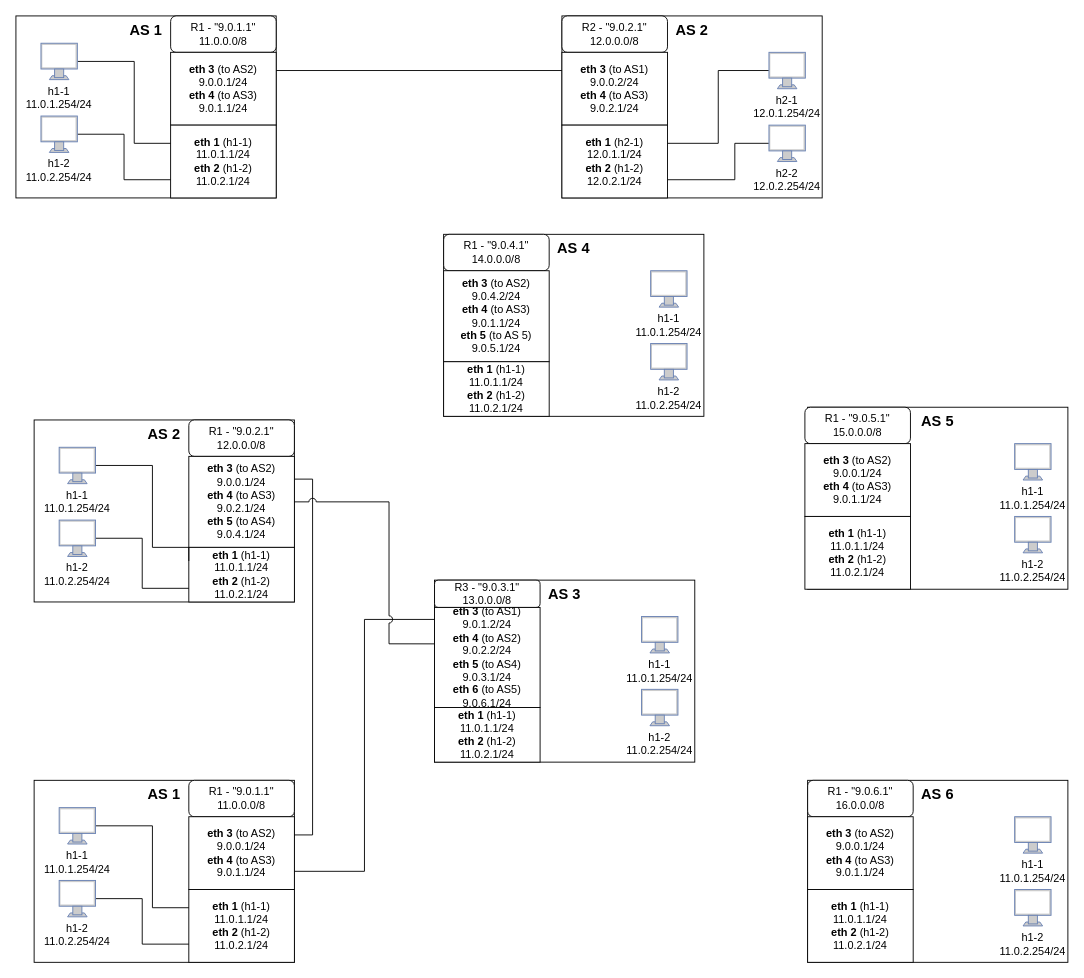
This is CN_BGPHijacking.drawio from andymakesapps/diagrams, a draw.io file, before an edit. Source tidied: cells renumbered, new cells numbered last; positions are measured from the earlier drawing's top-left corner, leaving out a move shared by most shapes. Both pictures are drawn from the tidied source at 91%, with x=0, y=0 at pixel (15, 15).
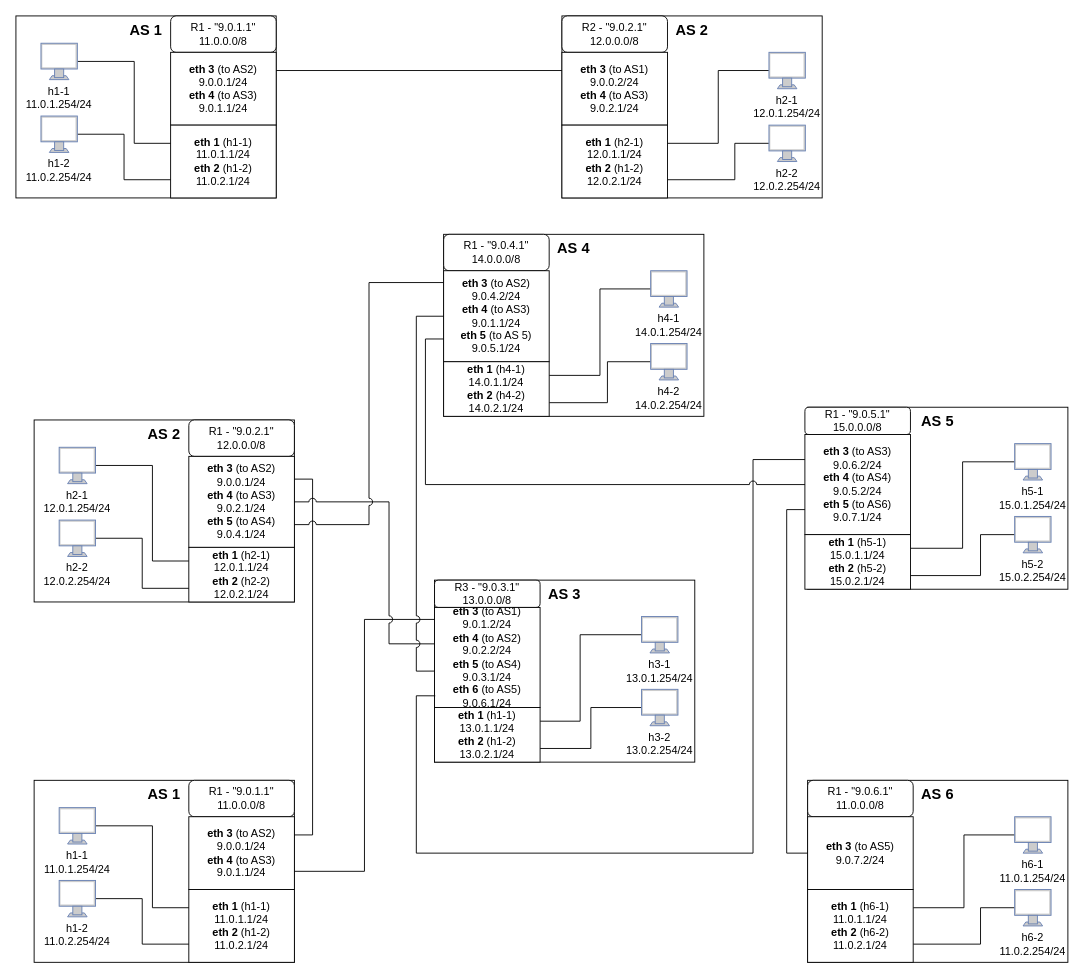
After the change.

The change refers to these unchanged cells:
```xml
<mxCell id="39" style="group;" parent="1" vertex="1">
  <mxGeometry x="870" y="840" width="286" height="200" as="geometry" />
</mxCell>
<mxCell id="41" style="fontColor=#0066CC;verticalAlign=top;verticalLabelPosition=bottom;labelPosition=center;align=center;html=1;outlineConnect=0;fillColor=#CCCCCC;strokeColor=#6881B3;gradientColor=none;gradientDirection=north;strokeWidth=2;shape=mxgraph.networks.monitor;" parent="39" vertex="1">
  <mxGeometry x="227.5" y="40" width="40" height="40" as="geometry" />
</mxCell>
<mxCell id="43" style="fontColor=#0066CC;verticalAlign=top;verticalLabelPosition=bottom;labelPosition=center;align=center;html=1;outlineConnect=0;fillColor=#CCCCCC;strokeColor=#6881B3;gradientColor=none;gradientDirection=north;strokeWidth=2;shape=mxgraph.networks.monitor;" parent="39" vertex="1">
  <mxGeometry x="227.5" y="120" width="40" height="40" as="geometry" />
</mxCell>
<mxCell id="49" style="group;" parent="1" vertex="1">
  <mxGeometry x="20" y="444" width="286" height="200" as="geometry" />
</mxCell>
<mxCell id="52" value="&lt;b&gt;eth 3 &lt;/b&gt;(to AS2)&lt;br&gt;9.0.0.1/24&lt;br&gt;&lt;b&gt;eth 4 &lt;/b&gt;(to AS3)&lt;br&gt;9.0.2.1/24&lt;br&gt;&lt;b&gt;eth 5 &lt;/b&gt;(to AS4)&lt;br&gt;9.0.4.1/24" style="rounded=0;whiteSpace=wrap;html=1;" parent="49" vertex="1">
  <mxGeometry x="170" y="40" width="116" height="100" as="geometry" />
</mxCell>
<mxCell id="55" style="fontColor=#0066CC;verticalAlign=top;verticalLabelPosition=bottom;labelPosition=center;align=center;html=1;outlineConnect=0;fillColor=#CCCCCC;strokeColor=#6881B3;gradientColor=none;gradientDirection=north;strokeWidth=2;shape=mxgraph.networks.monitor;" parent="49" vertex="1">
  <mxGeometry x="27.5" y="30" width="40" height="40" as="geometry" />
</mxCell>
<mxCell id="61" style="group;" parent="1" vertex="1">
  <mxGeometry x="460" y="620" width="286" height="200" as="geometry" />
</mxCell>
<mxCell id="63" style="fontColor=#0066CC;verticalAlign=top;verticalLabelPosition=bottom;labelPosition=center;align=center;html=1;outlineConnect=0;fillColor=#CCCCCC;strokeColor=#6881B3;gradientColor=none;gradientDirection=north;strokeWidth=2;shape=mxgraph.networks.monitor;" parent="61" vertex="1">
  <mxGeometry x="227.5" y="40" width="40" height="40" as="geometry" />
</mxCell>
<mxCell id="65" style="fontColor=#0066CC;verticalAlign=top;verticalLabelPosition=bottom;labelPosition=center;align=center;html=1;outlineConnect=0;fillColor=#CCCCCC;strokeColor=#6881B3;gradientColor=none;gradientDirection=north;strokeWidth=2;shape=mxgraph.networks.monitor;" parent="61" vertex="1">
  <mxGeometry x="227.5" y="120" width="40" height="40" as="geometry" />
</mxCell>
<mxCell id="69" value="&lt;b&gt;eth 3 &lt;/b&gt;(to AS1)&lt;br&gt;9.0.1.2/24&lt;br&gt;&lt;b&gt;eth 4 &lt;/b&gt;(to AS2)&lt;br&gt;9.0.2.2/24&lt;br&gt;&lt;b&gt;eth 5 &lt;/b&gt;(to AS4)&lt;br&gt;9.0.3.1/24&lt;br&gt;&lt;b&gt;eth 6 &lt;/b&gt;(to AS5)&lt;br&gt;9.0.6.1/24" style="rounded=0;whiteSpace=wrap;html=1;" parent="61" vertex="1">
  <mxGeometry y="30" width="116" height="110" as="geometry" />
</mxCell>
<mxCell id="71" style="group;" parent="1" vertex="1">
  <mxGeometry x="470" y="240" width="286" height="200" as="geometry" />
</mxCell>
<mxCell id="73" style="fontColor=#0066CC;verticalAlign=top;verticalLabelPosition=bottom;labelPosition=center;align=center;html=1;outlineConnect=0;fillColor=#CCCCCC;strokeColor=#6881B3;gradientColor=none;gradientDirection=north;strokeWidth=2;shape=mxgraph.networks.monitor;" parent="71" vertex="1">
  <mxGeometry x="227.5" y="40" width="40" height="40" as="geometry" />
</mxCell>
<mxCell id="75" style="fontColor=#0066CC;verticalAlign=top;verticalLabelPosition=bottom;labelPosition=center;align=center;html=1;outlineConnect=0;fillColor=#CCCCCC;strokeColor=#6881B3;gradientColor=none;gradientDirection=north;strokeWidth=2;shape=mxgraph.networks.monitor;" parent="71" vertex="1">
  <mxGeometry x="227.5" y="120" width="40" height="40" as="geometry" />
</mxCell>
<mxCell id="79" value="&lt;b&gt;eth 3 &lt;/b&gt;(to AS2)&lt;br&gt;9.0.4.2/24&lt;br&gt;&lt;b&gt;eth 4 &lt;/b&gt;(to AS3)&lt;br&gt;9.0.1.1/24&lt;br&gt;&lt;b&gt;eth 5 &lt;/b&gt;(to AS 5)&lt;br&gt;9.0.5.1/24" style="rounded=0;whiteSpace=wrap;html=1;" parent="71" vertex="1">
  <mxGeometry y="40" width="116" height="100" as="geometry" />
</mxCell>
<mxCell id="81" style="group;" parent="1" vertex="1">
  <mxGeometry x="870" y="430" width="286" height="200" as="geometry" />
</mxCell>
<mxCell id="83" style="fontColor=#0066CC;verticalAlign=top;verticalLabelPosition=bottom;labelPosition=center;align=center;html=1;outlineConnect=0;fillColor=#CCCCCC;strokeColor=#6881B3;gradientColor=none;gradientDirection=north;strokeWidth=2;shape=mxgraph.networks.monitor;" parent="81" vertex="1">
  <mxGeometry x="227.5" y="40" width="40" height="40" as="geometry" />
</mxCell>
<mxCell id="85" style="fontColor=#0066CC;verticalAlign=top;verticalLabelPosition=bottom;labelPosition=center;align=center;html=1;outlineConnect=0;fillColor=#CCCCCC;strokeColor=#6881B3;gradientColor=none;gradientDirection=north;strokeWidth=2;shape=mxgraph.networks.monitor;" parent="81" vertex="1">
  <mxGeometry x="227.5" y="120" width="40" height="40" as="geometry" />
</mxCell>
```

The edit, as a diff of the source:
```diff
@@
+    <mxCell id="94" style="edgeStyle=orthogonalEdgeStyle;rounded=0;jettySize=auto;html=1;exitX=0;exitY=0.5;exitDx=0;exitDy=0;exitPerimeter=0;entryX=1;entryY=0.25;entryDx=0;entryDy=0;endArrow=none;endFill=0;" parent="39" edge="1" source="41" target="48">
+      <mxGeometry relative="1" as="geometry" />
+    </mxCell>
@@
-    <mxCell id="42" value="h1-1&lt;br&gt;11.0.1.254/24" style="text;html=1;strokeColor=none;fillColor=none;align=center;verticalAlign=middle;whiteSpace=wrap;rounded=0;" parent="39" vertex="1">
+    <mxCell id="42" value="h6-1&lt;br&gt;11.0.1.254/24" style="text;html=1;strokeColor=none;fillColor=none;align=center;verticalAlign=middle;whiteSpace=wrap;rounded=0;" parent="39" vertex="1">
       <mxGeometry x="220" y="85" width="55" height="30" as="geometry" />
     </mxCell>
+    <mxCell id="95" style="edgeStyle=orthogonalEdgeStyle;rounded=0;jettySize=auto;html=1;exitX=0;exitY=0.5;exitDx=0;exitDy=0;exitPerimeter=0;entryX=1;entryY=0.75;entryDx=0;entryDy=0;endArrow=none;endFill=0;" parent="39" edge="1" source="43" target="48">
+      <mxGeometry relative="1" as="geometry">
+        <Array as="points">
+          <mxPoint x="190" y="140" />
+          <mxPoint x="190" y="180" />
+        </Array>
+      </mxGeometry>
+    </mxCell>
@@
-    <mxCell id="44" value="h1-2&lt;br&gt;11.0.2.254/24" style="text;html=1;strokeColor=none;fillColor=none;align=center;verticalAlign=middle;whiteSpace=wrap;rounded=0;" parent="39" vertex="1">
+    <mxCell id="44" value="h6-2&lt;br&gt;11.0.2.254/24" style="text;html=1;strokeColor=none;fillColor=none;align=center;verticalAlign=middle;whiteSpace=wrap;rounded=0;" parent="39" vertex="1">
       <mxGeometry x="220" y="165" width="55" height="30" as="geometry" />
     </mxCell>
@@
-    <mxCell id="46" value="R1 - &quot;9.0.6.1&quot;&lt;br&gt;16.0.0.0/8" style="rounded=1;whiteSpace=wrap;html=1;" parent="39" vertex="1">
+    <mxCell id="46" value="R1 - &quot;9.0.6.1&quot;&lt;br&gt;11.0.0.0/8" style="rounded=1;whiteSpace=wrap;html=1;" parent="39" vertex="1">
       <mxGeometry width="116" height="40" as="geometry" />
     </mxCell>
-    <mxCell id="47" value="&lt;b&gt;eth 3 &lt;/b&gt;(to AS2)&lt;br&gt;9.0.0.1/24&lt;br&gt;&lt;b&gt;eth 4 &lt;/b&gt;(to AS3)&lt;br&gt;9.0.1.1/24" style="rounded=0;whiteSpace=wrap;html=1;" parent="39" vertex="1">
+    <mxCell id="47" value="&lt;b&gt;eth 3 &lt;/b&gt;(to AS5)&lt;br&gt;9.0.7.2/24" style="rounded=0;whiteSpace=wrap;html=1;" parent="39" vertex="1">
       <mxGeometry y="40" width="116" height="80" as="geometry" />
     </mxCell>
-    <mxCell id="48" value="&lt;b&gt;eth 1&amp;nbsp;&lt;/b&gt;(h1-1)&lt;br&gt;11.0.1.1/24&lt;br&gt;&lt;b&gt;eth 2&amp;nbsp;&lt;/b&gt;(h1-2)&lt;br&gt;11.0.2.1/24" style="rounded=0;whiteSpace=wrap;html=1;" parent="39" vertex="1">
+    <mxCell id="48" value="&lt;b&gt;eth 1&amp;nbsp;&lt;/b&gt;(h6-1)&lt;br&gt;11.0.1.1/24&lt;br&gt;&lt;b&gt;eth 2&amp;nbsp;&lt;/b&gt;(h6-2)&lt;br&gt;11.0.2.1/24" style="rounded=0;whiteSpace=wrap;html=1;" parent="39" vertex="1">
       <mxGeometry y="120" width="116" height="80" as="geometry" />
     </mxCell>
@@
-    <mxCell id="53" value="&lt;b&gt;eth 1&amp;nbsp;&lt;/b&gt;(h1-1)&lt;br&gt;11.0.1.1/24&lt;br&gt;&lt;b&gt;eth 2&amp;nbsp;&lt;/b&gt;(h1-2)&lt;br&gt;11.0.2.1/24" style="rounded=0;whiteSpace=wrap;html=1;" parent="49" vertex="1">
+    <mxCell id="53" value="&lt;b&gt;eth 1&amp;nbsp;&lt;/b&gt;(h2-1)&lt;br&gt;12.0.1.1/24&lt;br&gt;&lt;b&gt;eth 2&amp;nbsp;&lt;/b&gt;(h2-2)&lt;br&gt;12.0.2.1/24" style="rounded=0;whiteSpace=wrap;html=1;" parent="49" vertex="1">
       <mxGeometry x="170" y="140" width="116" height="60" as="geometry" />
     </mxCell>
     <mxCell id="54" style="edgeStyle=orthogonalEdgeStyle;rounded=0;jettySize=auto;html=1;exitX=1;exitY=0.5;exitDx=0;exitDy=0;exitPerimeter=0;entryX=0;entryY=0.25;entryDx=0;entryDy=0;endArrow=none;endFill=0;" parent="49" edge="1" source="55" target="53">
       <mxGeometry relative="1" as="geometry">
         <Array as="points">
           <mxPoint x="130" y="50" />
-          <mxPoint x="130" y="140" />
+          <mxPoint x="130" y="155" />
         </Array>
       </mxGeometry>
     </mxCell>
@@
-    <mxCell id="56" value="h1-1&lt;br&gt;11.0.1.254/24" style="text;html=1;strokeColor=none;fillColor=none;align=center;verticalAlign=middle;whiteSpace=wrap;rounded=0;" parent="49" vertex="1">
+    <mxCell id="56" value="h2-1&lt;br&gt;12.0.1.254/24" style="text;html=1;strokeColor=none;fillColor=none;align=center;verticalAlign=middle;whiteSpace=wrap;rounded=0;" parent="49" vertex="1">
       <mxGeometry x="20" y="75" width="55" height="30" as="geometry" />
     </mxCell>
@@
-    <mxCell id="59" value="h1-2&lt;br&gt;11.0.2.254/24" style="text;html=1;strokeColor=none;fillColor=none;align=center;verticalAlign=middle;whiteSpace=wrap;rounded=0;" parent="49" vertex="1">
+    <mxCell id="59" value="h2-2&lt;br&gt;12.0.2.254/24" style="text;html=1;strokeColor=none;fillColor=none;align=center;verticalAlign=middle;whiteSpace=wrap;rounded=0;" parent="49" vertex="1">
       <mxGeometry x="20" y="155" width="55" height="30" as="geometry" />
     </mxCell>
@@
+    <mxCell id="96" style="edgeStyle=orthogonalEdgeStyle;rounded=0;jettySize=auto;html=1;exitX=0;exitY=0.5;exitDx=0;exitDy=0;exitPerimeter=0;entryX=1;entryY=0.25;entryDx=0;entryDy=0;endArrow=none;endFill=0;" parent="61" edge="1" source="63" target="70">
+      <mxGeometry relative="1" as="geometry">
+        <Array as="points">
+          <mxPoint x="160" y="60" />
+          <mxPoint x="160" y="155" />
+        </Array>
+      </mxGeometry>
+    </mxCell>
@@
-    <mxCell id="64" value="h1-1&lt;br&gt;11.0.1.254/24" style="text;html=1;strokeColor=none;fillColor=none;align=center;verticalAlign=middle;whiteSpace=wrap;rounded=0;" parent="61" vertex="1">
+    <mxCell id="64" value="h3-1&lt;br&gt;13.0.1.254/24" style="text;html=1;strokeColor=none;fillColor=none;align=center;verticalAlign=middle;whiteSpace=wrap;rounded=0;" parent="61" vertex="1">
       <mxGeometry x="220" y="85" width="55" height="30" as="geometry" />
     </mxCell>
+    <mxCell id="97" style="edgeStyle=orthogonalEdgeStyle;rounded=0;jettySize=auto;html=1;exitX=0;exitY=0.5;exitDx=0;exitDy=0;exitPerimeter=0;entryX=1;entryY=0.75;entryDx=0;entryDy=0;endArrow=none;endFill=0;" parent="61" edge="1" source="65" target="70">
+      <mxGeometry relative="1" as="geometry" />
+    </mxCell>
@@
-    <mxCell id="66" value="h1-2&lt;br&gt;11.0.2.254/24" style="text;html=1;strokeColor=none;fillColor=none;align=center;verticalAlign=middle;whiteSpace=wrap;rounded=0;" parent="61" vertex="1">
+    <mxCell id="66" value="h3-2&lt;br&gt;13.0.2.254/24" style="text;html=1;strokeColor=none;fillColor=none;align=center;verticalAlign=middle;whiteSpace=wrap;rounded=0;" parent="61" vertex="1">
       <mxGeometry x="220" y="165" width="55" height="30" as="geometry" />
     </mxCell>
@@
-    <mxCell id="70" value="&lt;b&gt;eth 1&amp;nbsp;&lt;/b&gt;(h1-1)&lt;br&gt;11.0.1.1/24&lt;br&gt;&lt;b&gt;eth 2&amp;nbsp;&lt;/b&gt;(h1-2)&lt;br&gt;11.0.2.1/24" style="rounded=0;whiteSpace=wrap;html=1;" parent="61" vertex="1">
+    <mxCell id="70" value="&lt;b&gt;eth 1&amp;nbsp;&lt;/b&gt;(h1-1)&lt;br&gt;13.0.1.1/24&lt;br&gt;&lt;b&gt;eth 2&amp;nbsp;&lt;/b&gt;(h1-2)&lt;br&gt;13.0.2.1/24" style="rounded=0;whiteSpace=wrap;html=1;" parent="61" vertex="1">
       <mxGeometry y="140" width="116" height="60" as="geometry" />
     </mxCell>
@@
+    <mxCell id="98" style="edgeStyle=orthogonalEdgeStyle;rounded=0;jettySize=auto;html=1;exitX=0;exitY=0.5;exitDx=0;exitDy=0;exitPerimeter=0;entryX=1;entryY=0.25;entryDx=0;entryDy=0;endArrow=none;endFill=0;" parent="71" edge="1" source="73" target="80">
+      <mxGeometry relative="1" as="geometry" />
+    </mxCell>
@@
-    <mxCell id="74" value="h1-1&lt;br&gt;11.0.1.254/24" style="text;html=1;strokeColor=none;fillColor=none;align=center;verticalAlign=middle;whiteSpace=wrap;rounded=0;" parent="71" vertex="1">
+    <mxCell id="74" value="h4-1&lt;br&gt;14.0.1.254/24" style="text;html=1;strokeColor=none;fillColor=none;align=center;verticalAlign=middle;whiteSpace=wrap;rounded=0;" parent="71" vertex="1">
       <mxGeometry x="220" y="85" width="55" height="30" as="geometry" />
     </mxCell>
+    <mxCell id="99" style="edgeStyle=orthogonalEdgeStyle;rounded=0;jettySize=auto;html=1;exitX=0;exitY=0.5;exitDx=0;exitDy=0;exitPerimeter=0;entryX=1;entryY=0.75;entryDx=0;entryDy=0;endArrow=none;endFill=0;" parent="71" edge="1" source="75" target="80">
+      <mxGeometry relative="1" as="geometry">
+        <Array as="points">
+          <mxPoint x="180" y="140" />
+          <mxPoint x="180" y="185" />
+        </Array>
+      </mxGeometry>
+    </mxCell>
@@
-    <mxCell id="76" value="h1-2&lt;br&gt;11.0.2.254/24" style="text;html=1;strokeColor=none;fillColor=none;align=center;verticalAlign=middle;whiteSpace=wrap;rounded=0;" parent="71" vertex="1">
+    <mxCell id="76" value="h4-2&lt;br&gt;14.0.2.254/24" style="text;html=1;strokeColor=none;fillColor=none;align=center;verticalAlign=middle;whiteSpace=wrap;rounded=0;" parent="71" vertex="1">
       <mxGeometry x="220" y="165" width="55" height="30" as="geometry" />
     </mxCell>
@@
-    <mxCell id="80" value="&lt;b&gt;eth 1&amp;nbsp;&lt;/b&gt;(h1-1)&lt;br&gt;11.0.1.1/24&lt;br&gt;&lt;b&gt;eth 2&amp;nbsp;&lt;/b&gt;(h1-2)&lt;br&gt;11.0.2.1/24" style="rounded=0;whiteSpace=wrap;html=1;" parent="71" vertex="1">
+    <mxCell id="80" value="&lt;b&gt;eth 1&amp;nbsp;&lt;/b&gt;(h4-1)&lt;br&gt;14.0.1.1/24&lt;br&gt;&lt;b&gt;eth 2&amp;nbsp;&lt;/b&gt;(h4-2)&lt;br&gt;14.0.2.1/24" style="rounded=0;whiteSpace=wrap;html=1;" parent="71" vertex="1">
       <mxGeometry y="140" width="116" height="60" as="geometry" />
     </mxCell>
@@
+    <mxCell id="100" style="edgeStyle=orthogonalEdgeStyle;rounded=0;jettySize=auto;html=1;exitX=0;exitY=0.5;exitDx=0;exitDy=0;exitPerimeter=0;entryX=1;entryY=0.25;entryDx=0;entryDy=0;endArrow=none;endFill=0;" parent="81" edge="1" source="83" target="90">
+      <mxGeometry relative="1" as="geometry" />
+    </mxCell>
@@
-    <mxCell id="84" value="h1-1&lt;br&gt;11.0.1.254/24" style="text;html=1;strokeColor=none;fillColor=none;align=center;verticalAlign=middle;whiteSpace=wrap;rounded=0;" parent="81" vertex="1">
+    <mxCell id="84" value="h5-1&lt;br&gt;15.0.1.254/24" style="text;html=1;strokeColor=none;fillColor=none;align=center;verticalAlign=middle;whiteSpace=wrap;rounded=0;" parent="81" vertex="1">
       <mxGeometry x="220" y="85" width="55" height="30" as="geometry" />
     </mxCell>
+    <mxCell id="101" style="edgeStyle=orthogonalEdgeStyle;rounded=0;jettySize=auto;html=1;exitX=0;exitY=0.5;exitDx=0;exitDy=0;exitPerimeter=0;entryX=1;entryY=0.75;entryDx=0;entryDy=0;endArrow=none;endFill=0;" parent="81" edge="1" source="85" target="90">
+      <mxGeometry relative="1" as="geometry">
+        <Array as="points">
+          <mxPoint x="190" y="140" />
+          <mxPoint x="190" y="185" />
+        </Array>
+      </mxGeometry>
+    </mxCell>
@@
-    <mxCell id="86" value="h1-2&lt;br&gt;11.0.2.254/24" style="text;html=1;strokeColor=none;fillColor=none;align=center;verticalAlign=middle;whiteSpace=wrap;rounded=0;" parent="81" vertex="1">
+    <mxCell id="86" value="h5-2&lt;br&gt;15.0.2.254/24" style="text;html=1;strokeColor=none;fillColor=none;align=center;verticalAlign=middle;whiteSpace=wrap;rounded=0;" parent="81" vertex="1">
       <mxGeometry x="220" y="165" width="55" height="30" as="geometry" />
     </mxCell>
@@
     <mxCell id="88" value="R1 - &quot;9.0.5.1&quot;&lt;br&gt;15.0.0.0/8" style="rounded=1;whiteSpace=wrap;html=1;" parent="81" vertex="1">
-      <mxGeometry x="-3" width="116" height="40" as="geometry" />
+      <mxGeometry x="-3" width="116" height="30" as="geometry" />
     </mxCell>
-    <mxCell id="89" value="&lt;b&gt;eth 3 &lt;/b&gt;(to AS2)&lt;br&gt;9.0.0.1/24&lt;br&gt;&lt;b&gt;eth 4 &lt;/b&gt;(to AS3)&lt;br&gt;9.0.1.1/24" style="rounded=0;whiteSpace=wrap;html=1;" parent="81" vertex="1">
-      <mxGeometry x="-3" y="40" width="116" height="80" as="geometry" />
+    <mxCell id="89" value="&lt;b&gt;eth 3 &lt;/b&gt;(to AS3)&lt;br&gt;9.0.6.2/24&lt;br&gt;&lt;b&gt;eth 4 &lt;/b&gt;(to AS4)&lt;br&gt;9.0.5.2/24&lt;br&gt;&lt;b&gt;eth 5 &lt;/b&gt;(to AS6)&lt;br&gt;9.0.7.1/24" style="rounded=0;whiteSpace=wrap;html=1;" parent="81" vertex="1">
+      <mxGeometry x="-3" y="30" width="116" height="110" as="geometry" />
     </mxCell>
-    <mxCell id="90" value="&lt;b&gt;eth 1&amp;nbsp;&lt;/b&gt;(h1-1)&lt;br&gt;11.0.1.1/24&lt;br&gt;&lt;b&gt;eth 2&amp;nbsp;&lt;/b&gt;(h1-2)&lt;br&gt;11.0.2.1/24" style="rounded=0;whiteSpace=wrap;html=1;" parent="81" vertex="1">
-      <mxGeometry x="-3" y="120" width="116" height="80" as="geometry" />
+    <mxCell id="90" value="&lt;b&gt;eth 1&amp;nbsp;&lt;/b&gt;(h5-1)&lt;br&gt;15.0.1.1/24&lt;br&gt;&lt;b&gt;eth 2&amp;nbsp;&lt;/b&gt;(h5-2)&lt;br&gt;15.0.2.1/24" style="rounded=0;whiteSpace=wrap;html=1;" parent="81" vertex="1">
+      <mxGeometry x="-3" y="140" width="116" height="60" as="geometry" />
     </mxCell>
@@
+    <mxCell id="102" style="edgeStyle=orthogonalEdgeStyle;rounded=0;jettySize=auto;html=1;exitX=1;exitY=0.75;exitDx=0;exitDy=0;entryX=-0.002;entryY=0.13;entryDx=0;entryDy=0;entryPerimeter=0;endArrow=none;endFill=0;jumpStyle=arc;jumpSize=8;" parent="1" edge="1" source="52" target="79">
+      <mxGeometry relative="1" as="geometry" />
+    </mxCell>
+    <mxCell id="103" style="edgeStyle=orthogonalEdgeStyle;rounded=0;jettySize=auto;html=1;exitX=0;exitY=0.5;exitDx=0;exitDy=0;entryX=0;entryY=0.636;entryDx=0;entryDy=0;entryPerimeter=0;endArrow=none;endFill=0;jumpStyle=arc;jumpSize=8;" parent="1" edge="1" source="79" target="69">
+      <mxGeometry relative="1" as="geometry" />
+    </mxCell>
+    <mxCell id="104" style="edgeStyle=orthogonalEdgeStyle;rounded=0;jettySize=auto;html=1;exitX=0;exitY=0.25;exitDx=0;exitDy=0;entryX=0.007;entryY=0.883;entryDx=0;entryDy=0;entryPerimeter=0;endArrow=none;endFill=0;" parent="1" edge="1" source="89" target="69">
+      <mxGeometry relative="1" as="geometry">
+        <Array as="points">
+          <mxPoint x="810" y="488" />
+          <mxPoint x="810" y="920" />
+          <mxPoint x="440" y="920" />
+          <mxPoint x="440" y="747" />
+        </Array>
+      </mxGeometry>
+    </mxCell>
+    <mxCell id="105" style="edgeStyle=orthogonalEdgeStyle;rounded=0;jettySize=auto;html=1;exitX=0;exitY=0.75;exitDx=0;exitDy=0;entryX=0;entryY=0.5;entryDx=0;entryDy=0;endArrow=none;endFill=0;jumpStyle=arc;jumpSize=8;" parent="1" edge="1" source="79" target="89">
+      <mxGeometry relative="1" as="geometry" />
+    </mxCell>
+    <mxCell id="106" style="edgeStyle=orthogonalEdgeStyle;rounded=0;jettySize=auto;html=1;exitX=0;exitY=0.75;exitDx=0;exitDy=0;entryX=0;entryY=0.5;entryDx=0;entryDy=0;endArrow=none;endFill=0;" parent="1" edge="1" source="89" target="47">
+      <mxGeometry relative="1" as="geometry" />
+    </mxCell>
```
